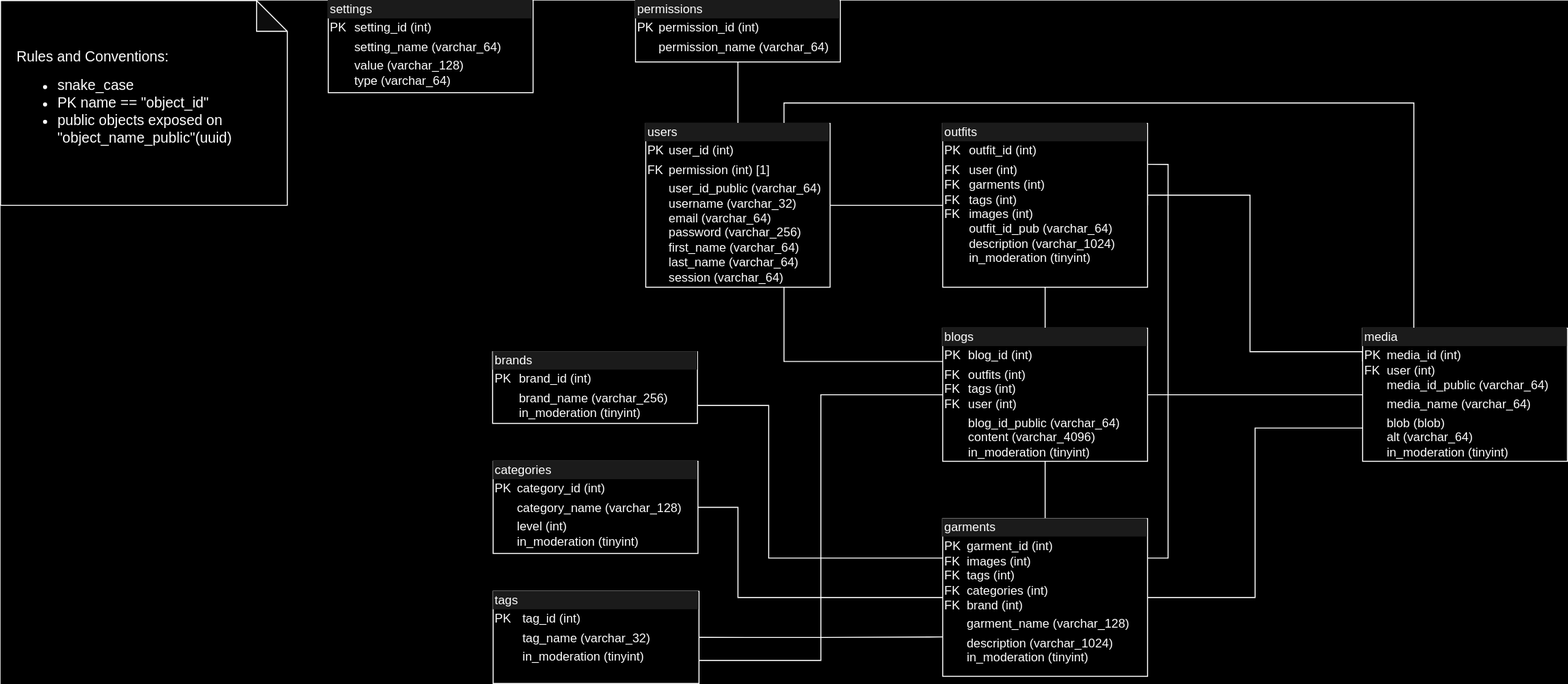
Above: OOTD-Database.svg in IslayAnderson/ootd (draw.io), before the change. Source tidied: cells renumbered, new cells last; positions are measured from the earlier drawing's top-left corner, leaving out a move shared by most shapes.
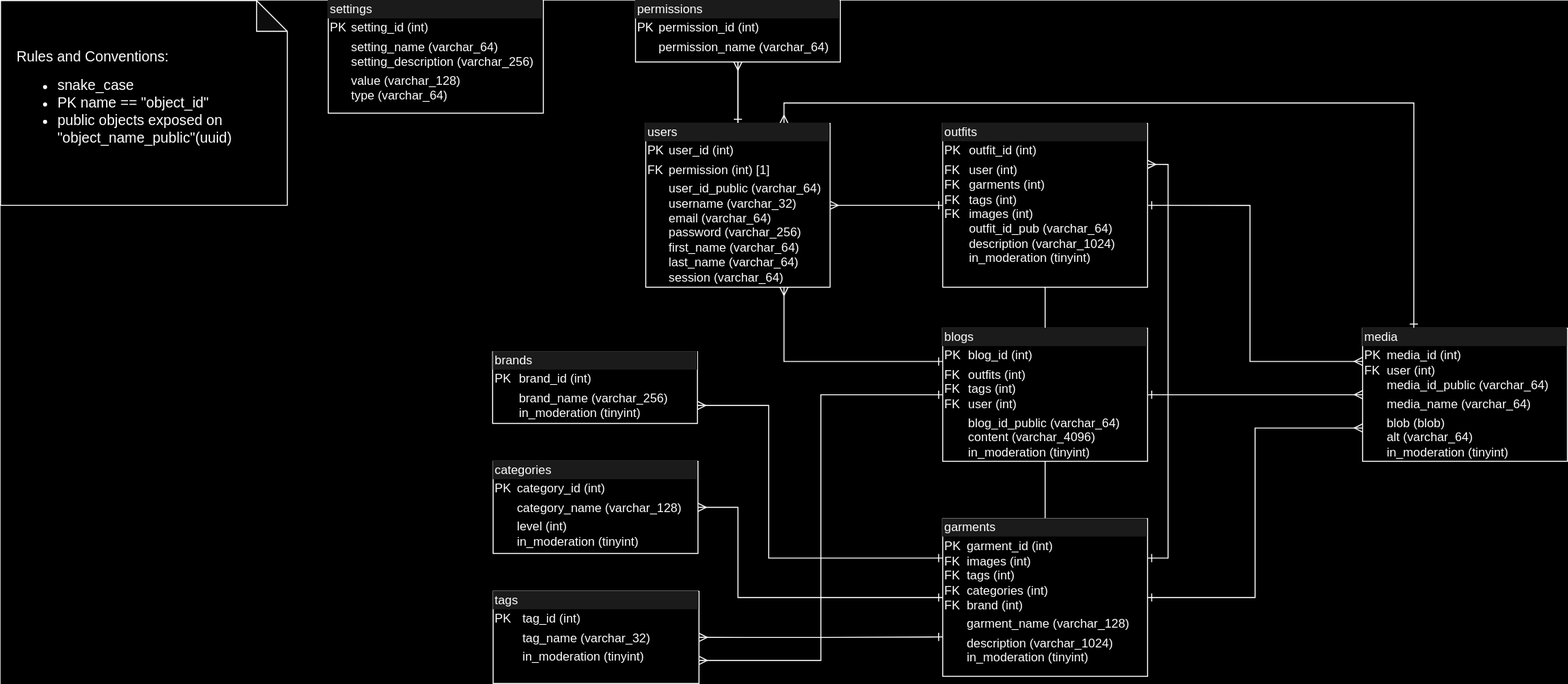
After the change.

Commit message:
fixed notation and added setting description

Diff of the diagram source:
```diff
@@ -11,10 +11,10 @@
     <mxCell id="4" style="edgeStyle=orthogonalEdgeStyle;rounded=0;jettySize=auto;html=1;exitX=0.5;exitY=0;exitDx=0;exitDy=0;entryX=0.5;entryY=1;entryDx=0;entryDy=0;endArrow=none;endFill=0;" parent="1" edge="1" source="8" target="18">
       <mxGeometry relative="1" as="geometry" />
     </mxCell>
-    <mxCell id="5" style="edgeStyle=orthogonalEdgeStyle;rounded=0;jettySize=auto;html=1;exitX=1;exitY=0.5;exitDx=0;exitDy=0;entryX=0;entryY=0.75;entryDx=0;entryDy=0;endArrow=none;endFill=0;" parent="1" edge="1" source="8" target="20">
+    <mxCell id="5" style="edgeStyle=orthogonalEdgeStyle;rounded=0;jettySize=auto;html=1;exitX=1;exitY=0.5;exitDx=0;exitDy=0;entryX=0;entryY=0.75;entryDx=0;entryDy=0;endArrow=ERmany;endFill=0;startArrow=ERone;startFill=0;" parent="1" edge="1" source="8" target="20">
       <mxGeometry relative="1" as="geometry" />
     </mxCell>
-    <mxCell id="6" style="edgeStyle=orthogonalEdgeStyle;rounded=0;jettySize=auto;html=1;exitX=0;exitY=0.5;exitDx=0;exitDy=0;entryX=1;entryY=0.5;entryDx=0;entryDy=0;endArrow=none;endFill=0;" parent="1" edge="1" source="8" target="3">
+    <mxCell id="6" style="edgeStyle=orthogonalEdgeStyle;rounded=0;jettySize=auto;html=1;exitX=0;exitY=0.5;exitDx=0;exitDy=0;entryX=1;entryY=0.5;entryDx=0;entryDy=0;endArrow=ERmany;endFill=0;startArrow=ERone;startFill=0;" parent="1" edge="1" source="8" target="3">
       <mxGeometry relative="1" as="geometry">
         <Array as="points">
           <mxPoint x="720" y="583" />
@@ -22,7 +22,7 @@
         </Array>
       </mxGeometry>
     </mxCell>
-    <mxCell id="7" style="edgeStyle=orthogonalEdgeStyle;rounded=0;jettySize=auto;html=1;exitX=0;exitY=0.25;exitDx=0;exitDy=0;entryX=1;entryY=0.75;entryDx=0;entryDy=0;endArrow=none;endFill=0;" parent="1" edge="1" source="8" target="2">
+    <mxCell id="7" style="edgeStyle=orthogonalEdgeStyle;rounded=0;jettySize=auto;html=1;exitX=0;exitY=0.25;exitDx=0;exitDy=0;entryX=1;entryY=0.75;entryDx=0;entryDy=0;endArrow=ERmany;endFill=0;startArrow=ERone;startFill=0;" parent="1" edge="1" source="8" target="2">
       <mxGeometry relative="1" as="geometry">
         <Array as="points">
           <mxPoint x="750" y="545" />
@@ -33,43 +33,45 @@
     <mxCell id="8" value="&lt;div style=&quot;box-sizing:border-box;width:100%;background:#e4e4e4;padding:2px;&quot;&gt;garments&lt;/div&gt;&lt;table style=&quot;width:100%;font-size:1em;&quot; cellpadding=&quot;2&quot; cellspacing=&quot;0&quot;&gt;&lt;tbody&gt;&lt;tr&gt;&lt;td&gt;PK&lt;br&gt;FK&lt;br&gt;FK&lt;br&gt;FK&lt;br&gt;FK&lt;/td&gt;&lt;td&gt;garment_id (int)&lt;br&gt;images (int)&lt;br&gt;tags (int)&lt;br&gt;categories (int)&lt;br&gt;brand (int)&lt;/td&gt;&lt;/tr&gt;&lt;tr&gt;&lt;td&gt;&lt;br&gt;&lt;/td&gt;&lt;td&gt;garment_name (varchar_128)&lt;/td&gt;&lt;/tr&gt;&lt;tr&gt;&lt;td&gt;&lt;br&gt;&lt;br&gt;&lt;/td&gt;&lt;td&gt;description (varchar_1024)&lt;br&gt;in_moderation (tinyint)&lt;br&gt;&lt;br&gt;&lt;/td&gt;&lt;/tr&gt;&lt;/tbody&gt;&lt;/table&gt;" style="verticalAlign=top;align=left;overflow=fill;html=1;whiteSpace=wrap;" parent="1" vertex="1">
       <mxGeometry x="920" y="506" width="200" height="154" as="geometry" />
     </mxCell>
-    <mxCell id="9" style="edgeStyle=orthogonalEdgeStyle;rounded=0;jettySize=auto;html=1;exitX=1;exitY=0.5;exitDx=0;exitDy=0;entryX=0;entryY=0.25;entryDx=0;entryDy=0;endArrow=none;endFill=0;" parent="1" edge="1" source="12" target="20">
+    <mxCell id="9" style="edgeStyle=orthogonalEdgeStyle;rounded=0;jettySize=auto;html=1;exitX=1;exitY=0.5;exitDx=0;exitDy=0;entryX=0;entryY=0.25;entryDx=0;entryDy=0;endArrow=ERmany;endFill=0;startArrow=ERone;startFill=0;" parent="1" edge="1" source="12" target="20">
       <mxGeometry relative="1" as="geometry">
         <Array as="points">
-          <mxPoint x="1220" y="190" />
-          <mxPoint x="1220" y="343" />
-          <mxPoint x="1330" y="343" />
+          <mxPoint x="1220" y="200" />
+          <mxPoint x="1220" y="352" />
         </Array>
       </mxGeometry>
     </mxCell>
     <mxCell id="10" style="edgeStyle=orthogonalEdgeStyle;rounded=0;jettySize=auto;html=1;exitX=0.5;exitY=1;exitDx=0;exitDy=0;entryX=0.5;entryY=0;entryDx=0;entryDy=0;endArrow=none;endFill=0;" parent="1" edge="1" source="12" target="18">
       <mxGeometry relative="1" as="geometry" />
     </mxCell>
-    <mxCell id="11" style="edgeStyle=orthogonalEdgeStyle;rounded=0;jettySize=auto;html=1;exitX=0;exitY=0.5;exitDx=0;exitDy=0;entryX=1;entryY=0.5;entryDx=0;entryDy=0;endArrow=none;endFill=0;" parent="1" edge="1" source="12" target="22">
+    <mxCell id="11" style="edgeStyle=orthogonalEdgeStyle;rounded=0;jettySize=auto;html=1;exitX=0;exitY=0.5;exitDx=0;exitDy=0;entryX=1;entryY=0.5;entryDx=0;entryDy=0;endArrow=ERmany;endFill=0;startArrow=ERone;startFill=0;" parent="1" edge="1" source="12" target="22">
       <mxGeometry relative="1" as="geometry" />
     </mxCell>
     <mxCell id="12" value="&lt;div style=&quot;box-sizing:border-box;width:100%;background:#e4e4e4;padding:2px;&quot;&gt;outfits&lt;/div&gt;&lt;table style=&quot;width:100%;font-size:1em;&quot; cellpadding=&quot;2&quot; cellspacing=&quot;0&quot;&gt;&lt;tbody&gt;&lt;tr&gt;&lt;td&gt;PK&lt;/td&gt;&lt;td&gt;outfit_id (int)&lt;/td&gt;&lt;/tr&gt;&lt;tr&gt;&lt;td&gt;FK&lt;br&gt;FK&lt;br&gt;FK&lt;br&gt;FK&lt;br&gt;&lt;br&gt;&lt;br&gt;&lt;br&gt;&lt;/td&gt;&lt;td&gt;user (int)&lt;br&gt;garments (int)&lt;br&gt;tags (int)&lt;br&gt;images (int)&lt;br&gt;outfit_id_pub (varchar_64)&lt;br&gt;description (varchar_1024)&lt;br&gt;in_moderation (tinyint)&lt;br&gt;&lt;/td&gt;&lt;/tr&gt;&lt;/tbody&gt;&lt;/table&gt;" style="verticalAlign=top;align=left;overflow=fill;html=1;whiteSpace=wrap;" parent="1" vertex="1">
       <mxGeometry x="920" y="120" width="200" height="160" as="geometry" />
     </mxCell>
+    <mxCell id="27" style="edgeStyle=orthogonalEdgeStyle;rounded=0;jettySize=auto;html=1;endArrow=ERone;endFill=0;startArrow=ERmany;startFill=0;" parent="1" edge="1" source="13" target="22">
+      <mxGeometry relative="1" as="geometry" />
+    </mxCell>
     <mxCell id="13" value="&lt;div style=&quot;box-sizing:border-box;width:100%;background:#e4e4e4;padding:2px;&quot;&gt;permissions&lt;/div&gt;&lt;table style=&quot;width:100%;font-size:1em;&quot; cellpadding=&quot;2&quot; cellspacing=&quot;0&quot;&gt;&lt;tbody&gt;&lt;tr&gt;&lt;td&gt;PK&lt;/td&gt;&lt;td&gt;permission_id (int)&lt;/td&gt;&lt;/tr&gt;&lt;tr&gt;&lt;td&gt;&lt;br&gt;&lt;/td&gt;&lt;td&gt;permission_name (varchar_64)&lt;/td&gt;&lt;/tr&gt;&lt;tr&gt;&lt;td&gt;&lt;/td&gt;&lt;td&gt;&lt;br&gt;&lt;/td&gt;&lt;/tr&gt;&lt;/tbody&gt;&lt;/table&gt;" style="verticalAlign=top;align=left;overflow=fill;html=1;whiteSpace=wrap;" parent="1" vertex="1">
       <mxGeometry x="620" width="200" height="60" as="geometry" />
     </mxCell>
-    <mxCell id="14" value="&lt;div style=&quot;box-sizing:border-box;width:100%;background:#e4e4e4;padding:2px;&quot;&gt;settings&lt;/div&gt;&lt;table style=&quot;width:100%;font-size:1em;&quot; cellpadding=&quot;2&quot; cellspacing=&quot;0&quot;&gt;&lt;tbody&gt;&lt;tr&gt;&lt;td&gt;PK&lt;/td&gt;&lt;td&gt;setting_id (int)&lt;/td&gt;&lt;/tr&gt;&lt;tr&gt;&lt;td&gt;&lt;br&gt;&lt;/td&gt;&lt;td&gt;setting_name (varchar_64)&lt;/td&gt;&lt;/tr&gt;&lt;tr&gt;&lt;td&gt;&lt;/td&gt;&lt;td&gt;value (varchar_128)&lt;br&gt;type (varchar_64)&lt;/td&gt;&lt;/tr&gt;&lt;/tbody&gt;&lt;/table&gt;" style="verticalAlign=top;align=left;overflow=fill;html=1;whiteSpace=wrap;" parent="1" vertex="1">
-      <mxGeometry x="320" width="200" height="90" as="geometry" />
+    <mxCell id="14" value="&lt;div style=&quot;box-sizing:border-box;width:100%;background:#e4e4e4;padding:2px;&quot;&gt;settings&lt;/div&gt;&lt;table style=&quot;width:100%;font-size:1em;&quot; cellpadding=&quot;2&quot; cellspacing=&quot;0&quot;&gt;&lt;tbody&gt;&lt;tr&gt;&lt;td&gt;PK&lt;/td&gt;&lt;td&gt;setting_id (int)&lt;/td&gt;&lt;/tr&gt;&lt;tr&gt;&lt;td&gt;&lt;br&gt;&lt;/td&gt;&lt;td&gt;setting_name (varchar_64)&lt;br&gt;setting_description (varchar_256)&lt;/td&gt;&lt;/tr&gt;&lt;tr&gt;&lt;td&gt;&lt;/td&gt;&lt;td&gt;value (varchar_128)&lt;br&gt;type (varchar_64)&lt;/td&gt;&lt;/tr&gt;&lt;/tbody&gt;&lt;/table&gt;" style="verticalAlign=top;align=left;overflow=fill;html=1;whiteSpace=wrap;" parent="1" vertex="1">
+      <mxGeometry x="320" width="210" height="110" as="geometry" />
     </mxCell>
-    <mxCell id="15" style="edgeStyle=orthogonalEdgeStyle;rounded=0;jettySize=auto;html=1;exitX=0;exitY=0.25;exitDx=0;exitDy=0;entryX=0.75;entryY=1;entryDx=0;entryDy=0;endArrow=none;endFill=0;" parent="1" edge="1" source="18" target="22">
+    <mxCell id="15" style="edgeStyle=orthogonalEdgeStyle;rounded=0;jettySize=auto;html=1;exitX=0;exitY=0.25;exitDx=0;exitDy=0;entryX=0.75;entryY=1;entryDx=0;entryDy=0;endArrow=ERmany;endFill=0;startArrow=ERone;startFill=0;" parent="1" edge="1" source="18" target="22">
       <mxGeometry relative="1" as="geometry" />
     </mxCell>
-    <mxCell id="16" style="edgeStyle=orthogonalEdgeStyle;rounded=0;jettySize=auto;html=1;exitX=1;exitY=0.5;exitDx=0;exitDy=0;entryX=0;entryY=0.5;entryDx=0;entryDy=0;endArrow=none;endFill=0;" parent="1" edge="1" source="18" target="20">
+    <mxCell id="16" style="edgeStyle=orthogonalEdgeStyle;rounded=0;jettySize=auto;html=1;exitX=1;exitY=0.5;exitDx=0;exitDy=0;entryX=0;entryY=0.5;entryDx=0;entryDy=0;endArrow=ERmany;endFill=0;startArrow=ERone;startFill=0;" parent="1" edge="1" source="18" target="20">
       <mxGeometry relative="1" as="geometry" />
     </mxCell>
-    <mxCell id="17" style="edgeStyle=orthogonalEdgeStyle;rounded=0;jettySize=auto;html=1;exitX=0;exitY=0.5;exitDx=0;exitDy=0;entryX=1;entryY=0.75;entryDx=0;entryDy=0;endArrow=none;endFill=0;" parent="1" edge="1" source="18" target="24">
+    <mxCell id="17" style="edgeStyle=orthogonalEdgeStyle;rounded=0;jettySize=auto;html=1;exitX=0;exitY=0.5;exitDx=0;exitDy=0;entryX=1;entryY=0.75;entryDx=0;entryDy=0;endArrow=ERmany;endFill=0;startArrow=ERone;startFill=0;" parent="1" edge="1" source="18" target="24">
       <mxGeometry relative="1" as="geometry" />
     </mxCell>
     <mxCell id="18" value="&lt;div style=&quot;box-sizing:border-box;width:100%;background:#e4e4e4;padding:2px;&quot;&gt;blogs&lt;/div&gt;&lt;table style=&quot;width:100%;font-size:1em;&quot; cellpadding=&quot;2&quot; cellspacing=&quot;0&quot;&gt;&lt;tbody&gt;&lt;tr&gt;&lt;td&gt;PK&lt;/td&gt;&lt;td&gt;blog_id (int)&lt;/td&gt;&lt;/tr&gt;&lt;tr&gt;&lt;td&gt;FK&lt;br&gt;FK&lt;br&gt;FK&lt;/td&gt;&lt;td&gt;outfits (int)&lt;br&gt;tags (int)&lt;br&gt;user (int)&lt;/td&gt;&lt;/tr&gt;&lt;tr&gt;&lt;td&gt;&lt;/td&gt;&lt;td&gt;blog_id_public (varchar_64)&lt;br&gt;content (varchar_4096)&lt;br&gt;in_moderation (tinyint)&lt;br&gt;&lt;/td&gt;&lt;/tr&gt;&lt;/tbody&gt;&lt;/table&gt;" style="verticalAlign=top;align=left;overflow=fill;html=1;whiteSpace=wrap;" parent="1" vertex="1">
       <mxGeometry x="920" y="320" width="200" height="130" as="geometry" />
     </mxCell>
-    <mxCell id="19" style="edgeStyle=orthogonalEdgeStyle;rounded=0;jettySize=auto;html=1;exitX=0.25;exitY=0;exitDx=0;exitDy=0;entryX=0.75;entryY=0;entryDx=0;entryDy=0;endArrow=none;endFill=0;" parent="1" edge="1" source="20" target="22">
+    <mxCell id="19" style="edgeStyle=orthogonalEdgeStyle;rounded=0;jettySize=auto;html=1;exitX=0.25;exitY=0;exitDx=0;exitDy=0;entryX=0.75;entryY=0;entryDx=0;entryDy=0;endArrow=ERmany;endFill=0;startArrow=ERone;startFill=0;" parent="1" edge="1" source="20" target="22">
       <mxGeometry relative="1" as="geometry" />
     </mxCell>
     <mxCell id="20" value="&lt;div style=&quot;box-sizing:border-box;width:100%;background:#e4e4e4;padding:2px;&quot;&gt;media&lt;/div&gt;&lt;table style=&quot;width:100%;font-size:1em;&quot; cellpadding=&quot;2&quot; cellspacing=&quot;0&quot;&gt;&lt;tbody&gt;&lt;tr&gt;&lt;td&gt;PK&lt;br&gt;FK&lt;br&gt;&lt;br&gt;&lt;/td&gt;&lt;td&gt;media_id (int)&lt;br&gt;user (int)&lt;br&gt;media_id_public (varchar_64)&lt;/td&gt;&lt;/tr&gt;&lt;tr&gt;&lt;td&gt;&lt;br&gt;&lt;/td&gt;&lt;td&gt;media_name (varchar_64)&lt;/td&gt;&lt;/tr&gt;&lt;tr&gt;&lt;td&gt;&lt;/td&gt;&lt;td&gt;blob (blob)&lt;br&gt;alt (varchar_64)&lt;br&gt;in_moderation (tinyint)&lt;br&gt;&lt;/td&gt;&lt;/tr&gt;&lt;/tbody&gt;&lt;/table&gt;" style="verticalAlign=top;align=left;overflow=fill;html=1;whiteSpace=wrap;" parent="1" vertex="1">
@@ -81,7 +83,7 @@
     <mxCell id="22" value="&lt;div style=&quot;box-sizing:border-box;width:100%;background:#e4e4e4;padding:2px;&quot;&gt;users&lt;/div&gt;&lt;table style=&quot;width:100%;font-size:1em;&quot; cellpadding=&quot;2&quot; cellspacing=&quot;0&quot;&gt;&lt;tbody&gt;&lt;tr&gt;&lt;td&gt;PK&lt;/td&gt;&lt;td&gt;user_id (int)&lt;/td&gt;&lt;/tr&gt;&lt;tr&gt;&lt;td&gt;FK&lt;/td&gt;&lt;td&gt;permission (int) [1]&lt;/td&gt;&lt;/tr&gt;&lt;tr&gt;&lt;td&gt;&lt;/td&gt;&lt;td&gt;user_id_public (varchar_64)&lt;br&gt;username (varchar_32)&lt;br&gt;email (varchar_64)&lt;br&gt;password (varchar_256)&lt;br&gt;first_name (varchar_64)&lt;br&gt;last_name (varchar_64)&lt;br&gt;session (varchar_64)&lt;/td&gt;&lt;/tr&gt;&lt;/tbody&gt;&lt;/table&gt;" style="verticalAlign=top;align=left;overflow=fill;html=1;whiteSpace=wrap;" parent="1" vertex="1">
       <mxGeometry x="630" y="120" width="180" height="160" as="geometry" />
     </mxCell>
-    <mxCell id="23" style="edgeStyle=orthogonalEdgeStyle;rounded=0;jettySize=auto;html=1;exitX=1;exitY=0.5;exitDx=0;exitDy=0;entryX=0;entryY=0.75;entryDx=0;entryDy=0;endArrow=none;endFill=0;" parent="1" edge="1" source="24" target="8">
+    <mxCell id="23" style="edgeStyle=orthogonalEdgeStyle;rounded=0;jettySize=auto;html=1;exitX=1;exitY=0.5;exitDx=0;exitDy=0;entryX=0;entryY=0.75;entryDx=0;entryDy=0;endArrow=ERone;endFill=0;startArrow=ERmany;startFill=0;" parent="1" edge="1" source="24" target="8">
       <mxGeometry relative="1" as="geometry" />
     </mxCell>
     <mxCell id="24" value="&lt;div style=&quot;box-sizing:border-box;width:100%;background:#e4e4e4;padding:2px;&quot;&gt;tags&lt;/div&gt;&lt;table style=&quot;width:100%;font-size:1em;&quot; cellpadding=&quot;2&quot; cellspacing=&quot;0&quot;&gt;&lt;tbody&gt;&lt;tr&gt;&lt;td&gt;PK&lt;/td&gt;&lt;td&gt;tag_id (int)&lt;/td&gt;&lt;/tr&gt;&lt;tr&gt;&lt;td&gt;&lt;br&gt;&lt;/td&gt;&lt;td&gt;tag_name (varchar_32)&lt;/td&gt;&lt;/tr&gt;&lt;tr&gt;&lt;td&gt;&lt;/td&gt;&lt;td&gt;in_moderation (tinyint)&lt;/td&gt;&lt;/tr&gt;&lt;/tbody&gt;&lt;/table&gt;" style="verticalAlign=top;align=left;overflow=fill;html=1;whiteSpace=wrap;" parent="1" vertex="1">
@@ -90,7 +92,7 @@
     <mxCell id="25" value="&lt;font style=&quot;font-size: 14px;&quot;&gt;Rules and Conventions:&lt;/font&gt;&lt;div&gt;&lt;ul&gt;&lt;li&gt;&lt;span style=&quot;font-size: 14px;&quot;&gt;snake_case&lt;/span&gt;&lt;br&gt;&lt;/li&gt;&lt;li&gt;&lt;span style=&quot;font-size: 14px;&quot;&gt;PK name == &quot;object_id&quot;&lt;/span&gt;&lt;/li&gt;&lt;li&gt;&lt;span style=&quot;font-size: 14px;&quot;&gt;public objects exposed on &quot;object_name_public&quot;(uuid)&lt;/span&gt;&lt;/li&gt;&lt;/ul&gt;&lt;/div&gt;" style="shape=note;whiteSpace=wrap;html=1;backgroundOutline=1;darkOpacity=0.05;align=left;spacingLeft=14;spacingRight=14;" parent="1" vertex="1">
       <mxGeometry width="280" height="200" as="geometry" />
     </mxCell>
-    <mxCell id="26" style="edgeStyle=orthogonalEdgeStyle;rounded=0;jettySize=auto;html=1;exitX=1;exitY=0.25;exitDx=0;exitDy=0;entryX=1;entryY=0.25;entryDx=0;entryDy=0;endArrow=none;endFill=0;" parent="1" edge="1" source="8" target="12">
+    <mxCell id="26" style="edgeStyle=orthogonalEdgeStyle;rounded=0;jettySize=auto;html=1;exitX=1;exitY=0.25;exitDx=0;exitDy=0;entryX=1;entryY=0.25;entryDx=0;entryDy=0;endArrow=ERmany;endFill=0;startArrow=ERone;startFill=0;" parent="1" edge="1" source="8" target="12">
       <mxGeometry relative="1" as="geometry" />
     </mxCell>
   </root>
```
